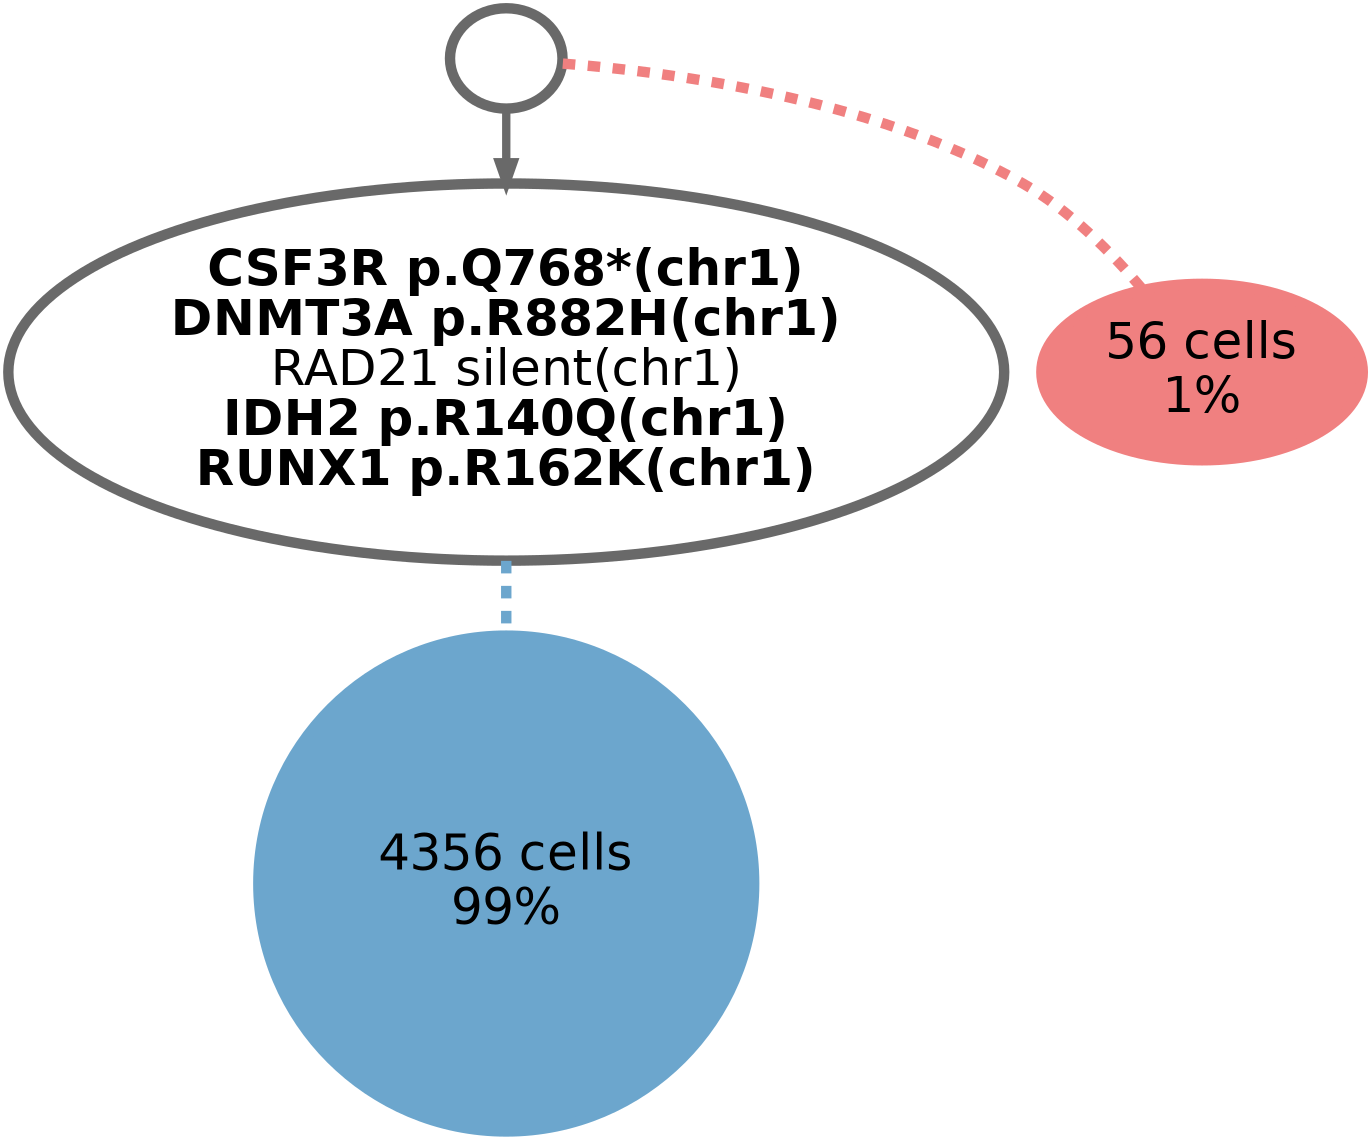
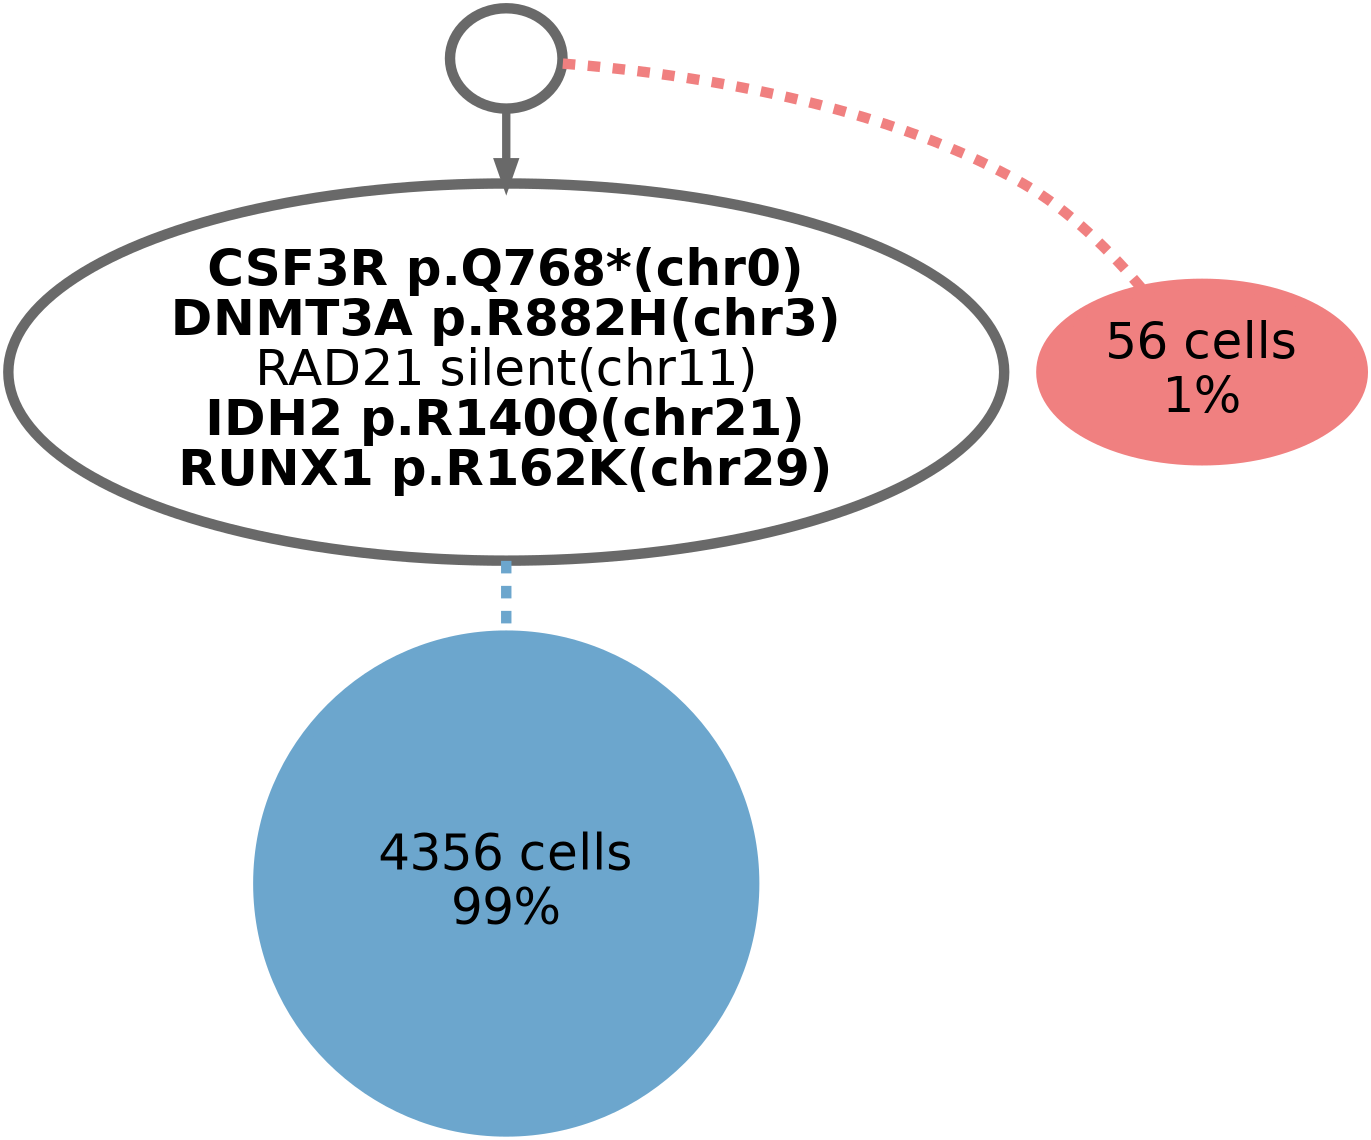
digraph G{
node [color=dimgray fontsize=24 fontcolor=black fontname=Helvetica penwidth=5];
0 -> 1 [color=dimgray penwidth=4 weight=2];
0[label=< >];
- 1[label=<<B>CSF3R p.Q768*(chr1)</B><br/><B>DNMT3A p.R882H(chr1)</B><br/>RAD21 silent(chr1)<br/><B>IDH2 p.R140Q(chr1)</B><br/><B>RUNX1 p.R162K(chr1)</B><br/>>];
+ 1[label=<<B>CSF3R p.Q768*(chr0)</B><br/><B>DNMT3A p.R882H(chr3)</B><br/>RAD21 silent(chr11)<br/><B>IDH2 p.R140Q(chr21)</B><br/><B>RUNX1 p.R162K(chr29)</B><br/>>];
0 -> 2 [dir=none style=dashed weight=1 penwidth=5 color=lightcoral];
1 -> 3 [dir=none style=dashed weight=1 penwidth=5 color=skyblue3];
2[label="56 cells\n1\%" style = filled width=0.375539 height=0.375539 color=lightcoral];
3[label="4356 cells\n99\%" style = filled width=3.31211 height=3.31211 color=skyblue3];
}
